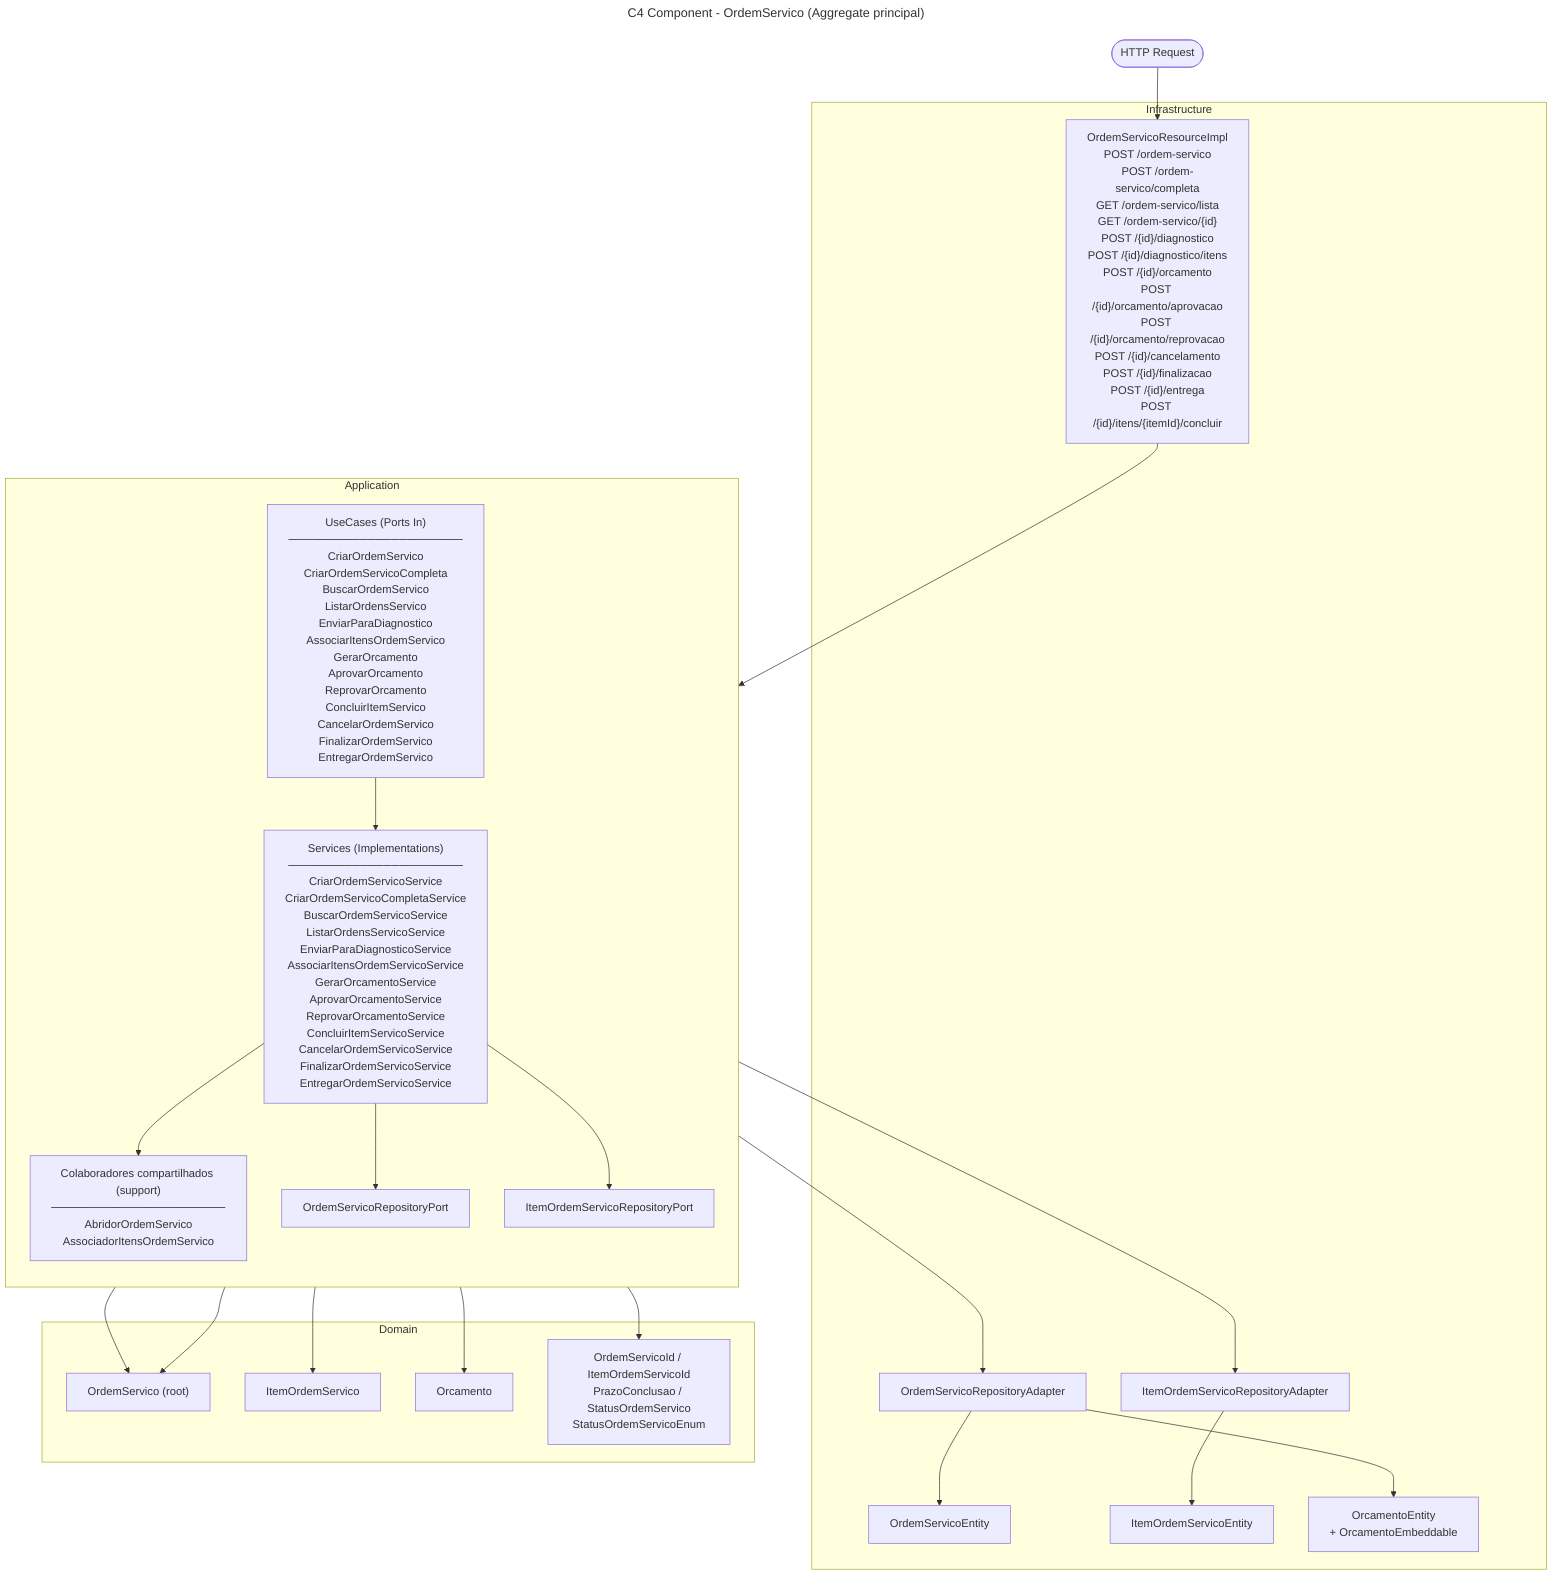
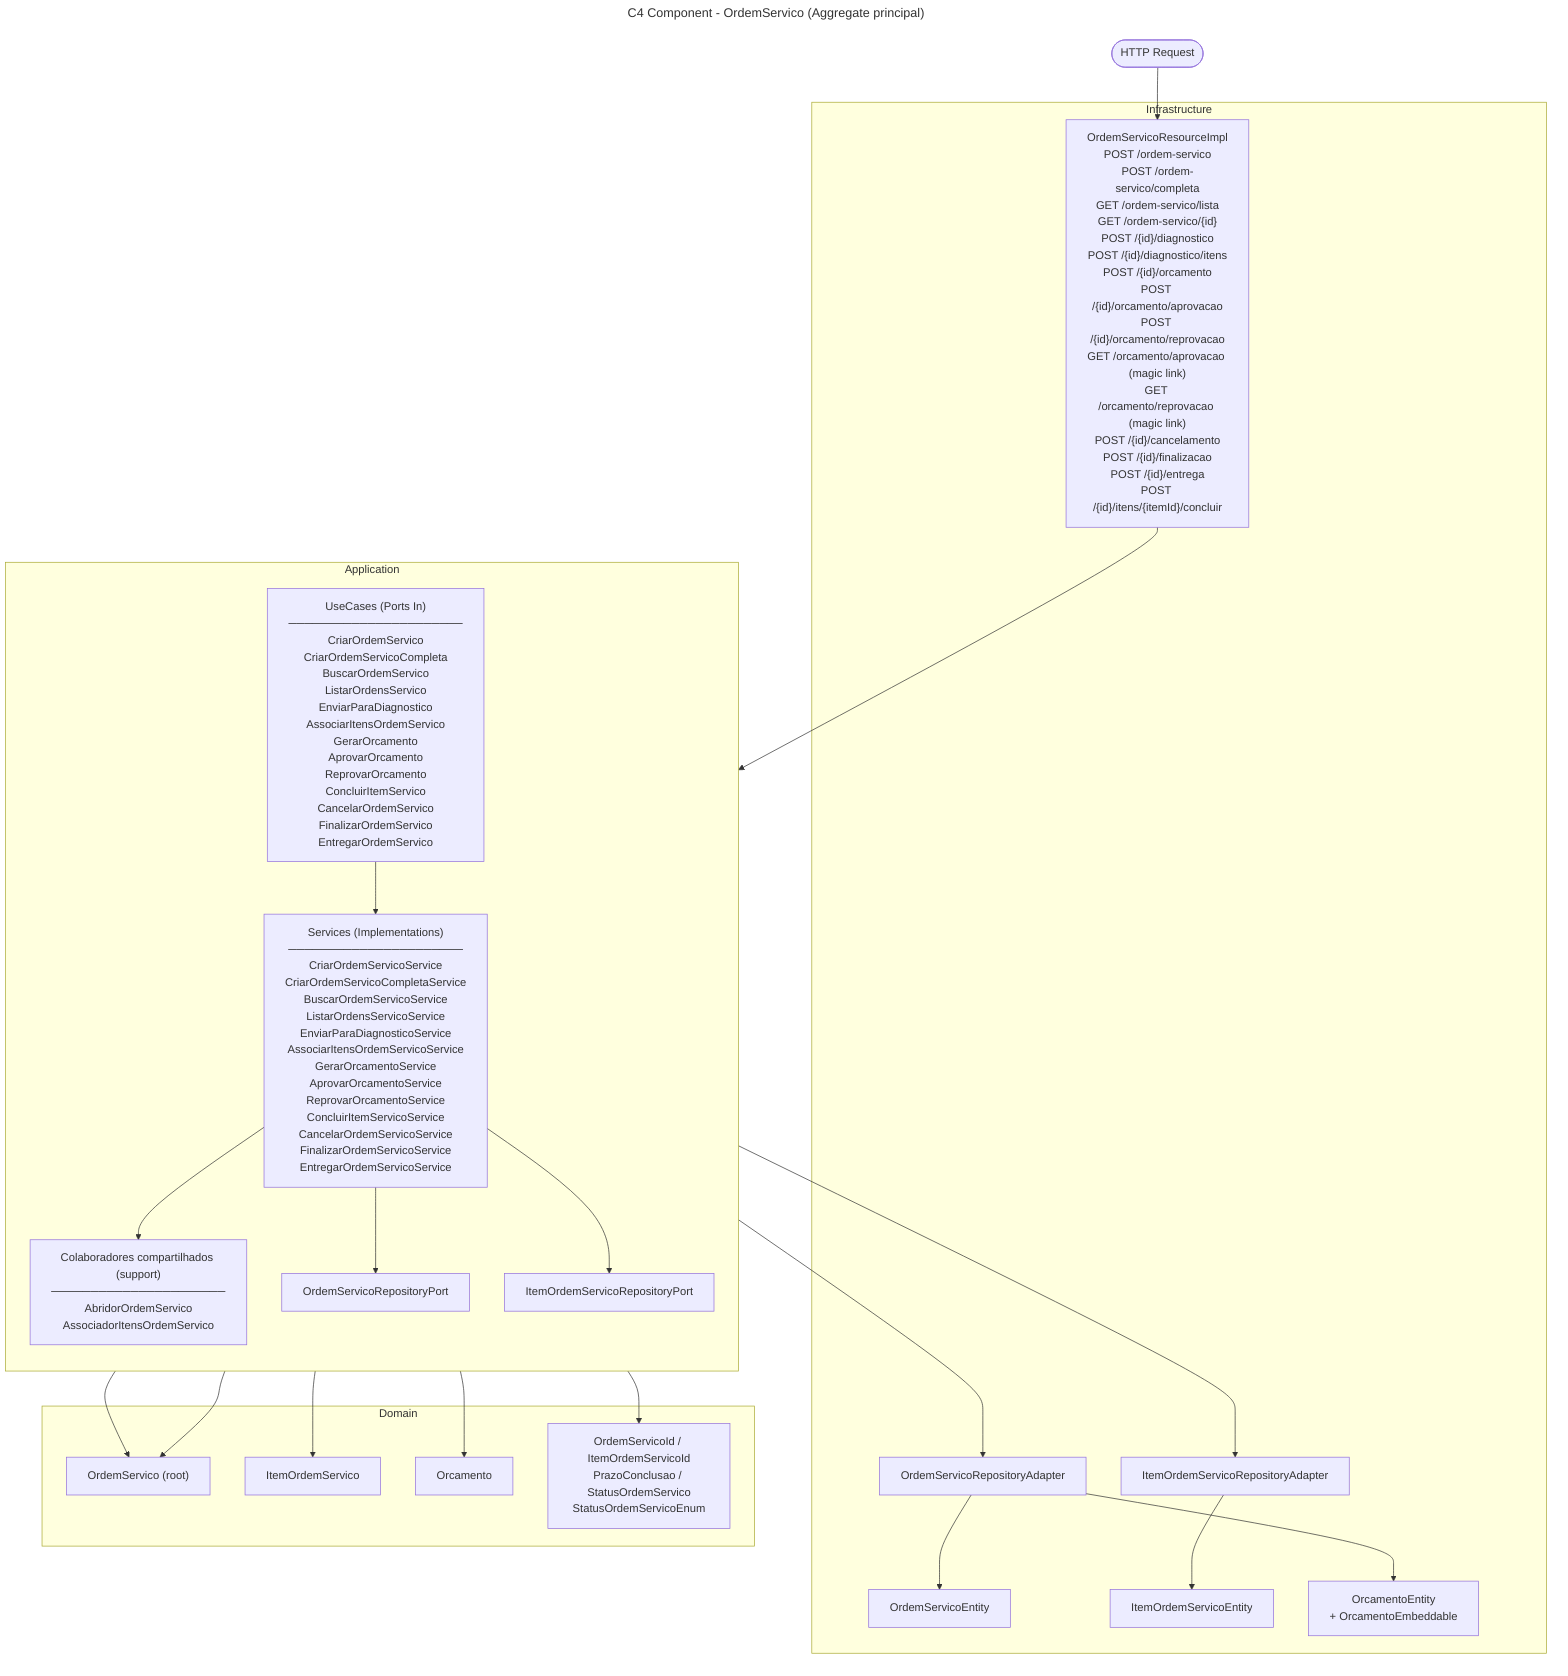
---
title: C4 Component - OrdemServico (Aggregate principal)
---
flowchart TD
    HTTP(["HTTP Request"])

    subgraph INFRA["Infrastructure"]
-         OSR["OrdemServicoResourceImpl<br/>POST /ordem-servico<br/>POST /ordem-servico/completa<br/>GET /ordem-servico/lista<br/>GET /ordem-servico/{id}<br/>POST /{id}/diagnostico<br/>POST /{id}/diagnostico/itens<br/>POST /{id}/orcamento<br/>POST /{id}/orcamento/aprovacao<br/>POST /{id}/orcamento/reprovacao<br/>POST /{id}/cancelamento<br/>POST /{id}/finalizacao<br/>POST /{id}/entrega<br/>POST /{id}/itens/{itemId}/concluir"]
+         OSR["OrdemServicoResourceImpl<br/>POST /ordem-servico<br/>POST /ordem-servico/completa<br/>GET /ordem-servico/lista<br/>GET /ordem-servico/{id}<br/>POST /{id}/diagnostico<br/>POST /{id}/diagnostico/itens<br/>POST /{id}/orcamento<br/>POST /{id}/orcamento/aprovacao<br/>POST /{id}/orcamento/reprovacao<br/>GET /orcamento/aprovacao (magic link)<br/>GET /orcamento/reprovacao (magic link)<br/>POST /{id}/cancelamento<br/>POST /{id}/finalizacao<br/>POST /{id}/entrega<br/>POST /{id}/itens/{itemId}/concluir"]
        OSRA["OrdemServicoRepositoryAdapter"]
        IOSRA["ItemOrdemServicoRepositoryAdapter"]
        OSE["OrdemServicoEntity"]
        IOSE["ItemOrdemServicoEntity"]
        OE["OrcamentoEntity<br/>+ OrcamentoEmbeddable"]
    end

    subgraph APP["Application"]
        direction TB
        UC["UseCases (Ports In)<br/>──────────────────────<br/>CriarOrdemServico<br/>CriarOrdemServicoCompleta<br/>BuscarOrdemServico<br/>ListarOrdensServico<br/>EnviarParaDiagnostico<br/>AssociarItensOrdemServico<br/>GerarOrcamento<br/>AprovarOrcamento<br/>ReprovarOrcamento<br/>ConcluirItemServico<br/>CancelarOrdemServico<br/>FinalizarOrdemServico<br/>EntregarOrdemServico"]
        SVC["Services (Implementations)<br/>──────────────────────<br/>CriarOrdemServicoService<br/>CriarOrdemServicoCompletaService<br/>BuscarOrdemServicoService<br/>ListarOrdensServicoService<br/>EnviarParaDiagnosticoService<br/>AssociarItensOrdemServicoService<br/>GerarOrcamentoService<br/>AprovarOrcamentoService<br/>ReprovarOrcamentoService<br/>ConcluirItemServicoService<br/>CancelarOrdemServicoService<br/>FinalizarOrdemServicoService<br/>EntregarOrdemServicoService"]
        SUP["Colaboradores compartilhados (support)<br/>──────────────────────<br/>AbridorOrdemServico<br/>AssociadorItensOrdemServico"]
        OSRP["OrdemServicoRepositoryPort"]
        IOSRP["ItemOrdemServicoRepositoryPort"]
    end

    subgraph DOMAIN["Domain"]
        OS["OrdemServico (root)"]
        IOS["ItemOrdemServico"]
        ORC["Orcamento"]
        VO["OrdemServicoId / ItemOrdemServicoId<br/>PrazoConclusao / StatusOrdemServico<br/>StatusOrdemServicoEnum"]
    end

    HTTP --> OSR
    OSR --> UC --> SVC
    SVC --> SUP
    SVC --> OSRP --> OSRA --> OSE & OE
    SVC --> IOSRP --> IOSRA --> IOSE
    SVC --> OS & IOS & ORC & VO
    SUP --> OS
